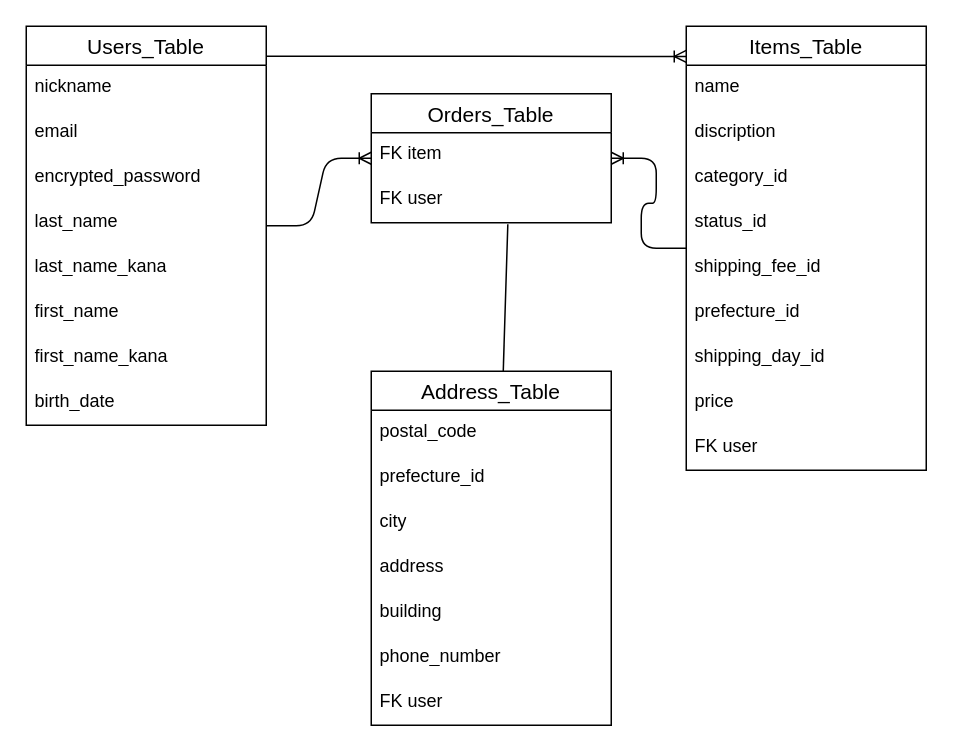
The draw.io diagram furima-41773.dio in Nanami-yk185/furima-41773, before the edit. Source tidied: cells renumbered, new cells numbered last; positions are measured from the earlier drawing's top-left corner, leaving out a move shared by most shapes. Both pictures are drawn from the tidied source at 150%, with x=0, y=0 at pixel (26, 26).
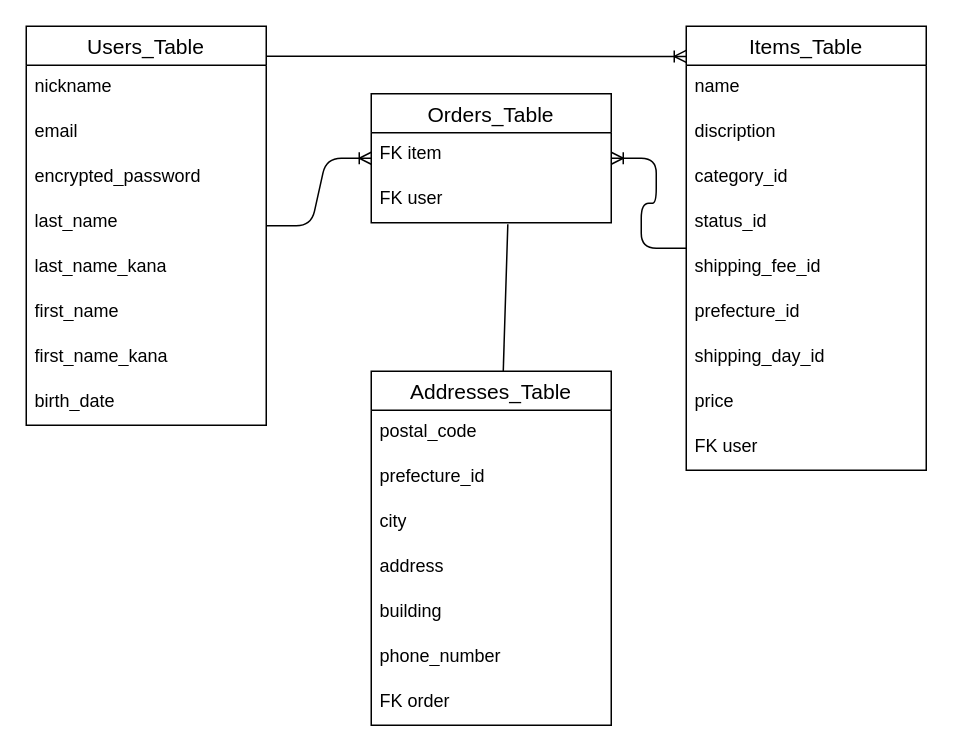
The same page after the edit.

The edit, as a diff of the source:
```diff
@@
-    <mxCell id="26" value="Address_Table" style="swimlane;fontStyle=0;horizontal=1;startSize=26;align=center;fontSize=14;" parent="1" vertex="1">
+    <mxCell id="26" value="Addresses_Table" style="swimlane;fontStyle=0;horizontal=1;startSize=26;align=center;fontSize=14;" parent="1" vertex="1">
       <mxGeometry x="230" y="230" width="160" height="236" as="geometry" />
     </mxCell>
@@
-    <mxCell id="33" value="FK user" style="text;strokeColor=none;fillColor=none;spacingLeft=4;spacingRight=4;overflow=hidden;fontSize=12;whiteSpace=wrap;html=1;" parent="26" vertex="1">
+    <mxCell id="33" value="FK order" style="text;strokeColor=none;fillColor=none;spacingLeft=4;spacingRight=4;overflow=hidden;fontSize=12;whiteSpace=wrap;html=1;" parent="26" vertex="1">
       <mxGeometry y="206" width="160" height="30" as="geometry" />
     </mxCell>
```
